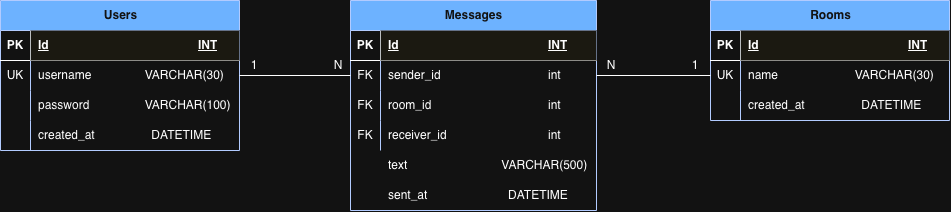
The draw.io diagram docs/er-diagram.png in andrria/Messenger, before a commit. Source tidied: cells renumbered, new cells last; positions are measured from the earlier drawing's top-left corner, leaving out a move shared by most shapes.
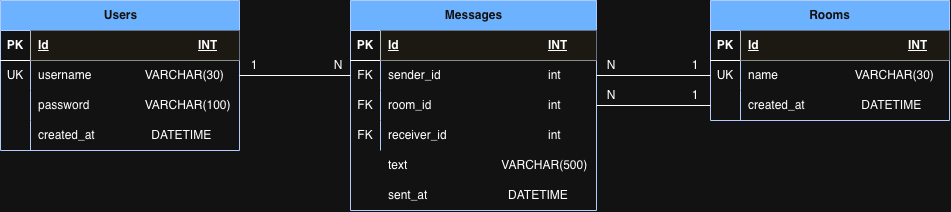
After the commit.

Commit message:
fixed diagram and names

Diff of the diagram source:
```diff
@@ -140,5 +140,14 @@
     <mxCell id="47" value="sent_at&lt;span style=&quot;white-space: pre;&quot;&gt;&#9;&lt;/span&gt;&lt;span style=&quot;white-space: pre;&quot;&gt;&#9;&lt;/span&gt;&lt;span style=&quot;white-space: pre;&quot;&gt;&#9;&lt;/span&gt;&amp;nbsp; &amp;nbsp; DATETIME" style="shape=partialRectangle;fillColor=none;top=0;left=0;bottom=0;right=0;align=left;spacingLeft=6;overflow=hidden;whiteSpace=wrap;html=1;" parent="1" vertex="1">
       <mxGeometry x="380" y="180" width="216" height="30" as="geometry" />
     </mxCell>
+    <mxCell id="48" style="edgeStyle=orthogonalEdgeStyle;rounded=0;jettySize=auto;html=1;exitX=1;exitY=0.5;exitDx=0;exitDy=0;entryX=0;entryY=0.5;entryDx=0;entryDy=0;defaultLabelBackgroundColor=page;labelPadding=0 4;endArrow=none;endFill=0;" parent="1" edge="1" source="22" target="36">
+      <mxGeometry relative="1" as="geometry" />
+    </mxCell>
+    <mxCell id="49" value="N" style="text;html=1;whiteSpace=wrap;strokeColor=none;fillColor=none;align=center;verticalAlign=middle;rounded=0;" parent="1" vertex="1">
+      <mxGeometry x="596" y="80" width="30" height="30" as="geometry" />
+    </mxCell>
+    <mxCell id="50" value="1" style="text;html=1;whiteSpace=wrap;strokeColor=none;fillColor=none;align=center;verticalAlign=middle;rounded=0;" parent="1" vertex="1">
+      <mxGeometry x="680" y="80" width="30" height="30" as="geometry" />
+    </mxCell>
   </root>
 </mxGraphModel>
```
